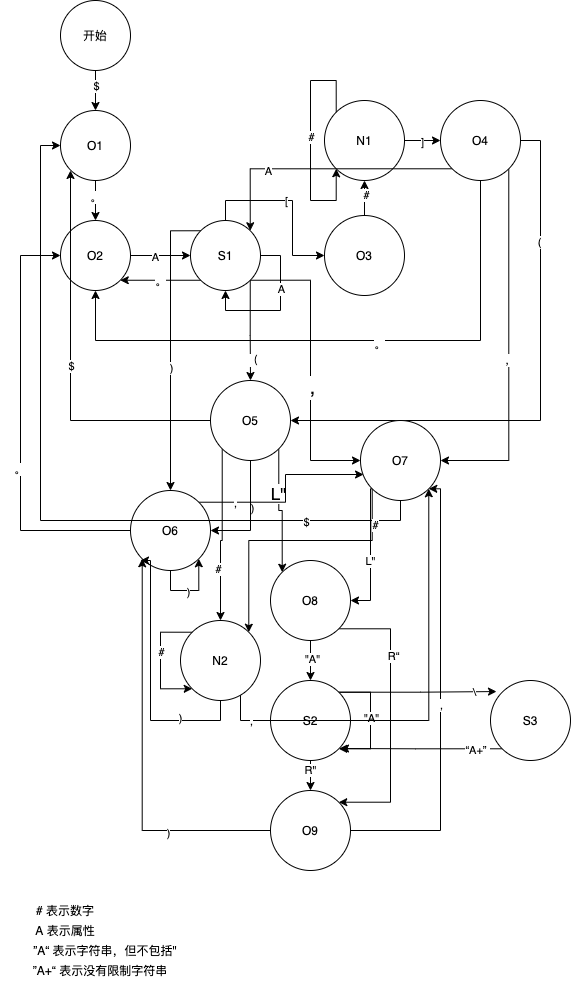
Earlier version of the draw.io export status.png (Lydanne/ctxexp-parser). Source tidied: cells renumbered, new cells last; positions are measured from the earlier drawing's top-left corner, leaving out a move shared by most shapes.
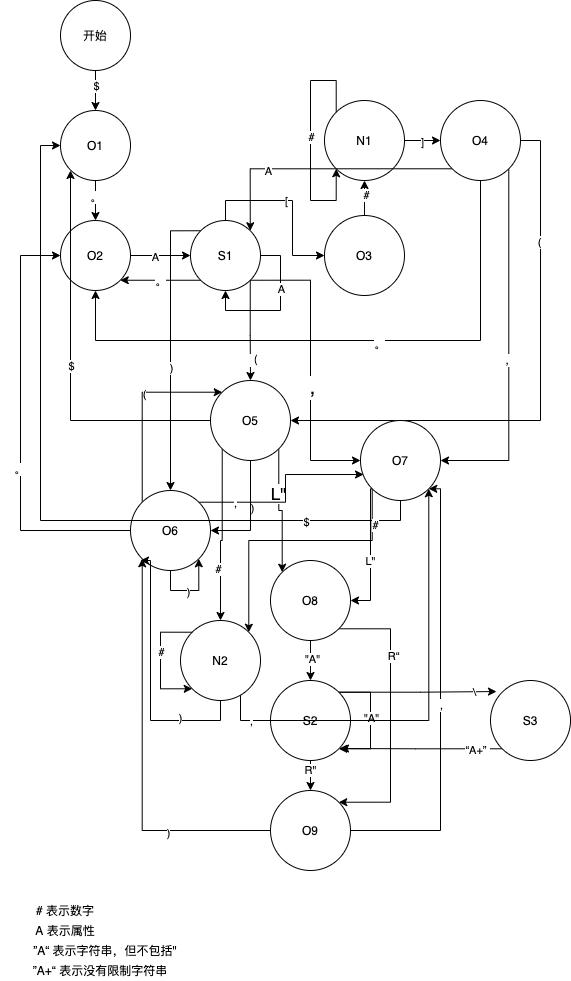
Above is the later version.

Diff of the diagram source:
```diff
@@ -192,6 +192,16 @@
     <mxCell id="55" value="," style="edgeLabel;html=1;align=center;verticalAlign=middle;" parent="54" vertex="1">
       <mxGeometry x="-0.63" y="-1" relative="1" as="geometry" />
     </mxCell>
+    <mxCell id="97" style="edgeStyle=orthogonalEdgeStyle;rounded=0;jettySize=auto;html=1;exitX=0;exitY=0;exitDx=0;exitDy=0;entryX=0;entryY=0;entryDx=0;entryDy=0;" parent="1" edge="1" source="56" target="51">
+      <mxGeometry relative="1" as="geometry">
+        <Array as="points">
+          <mxPoint x="142" y="392" />
+        </Array>
+      </mxGeometry>
+    </mxCell>
+    <mxCell id="98" value="(" style="edgeLabel;html=1;align=center;verticalAlign=middle;" parent="97" vertex="1">
+      <mxGeometry x="0.18" y="-2" relative="1" as="geometry" />
+    </mxCell>
     <mxCell id="56" value="O6" style="ellipse;whiteSpace=wrap;html=1;" parent="1" vertex="1">
       <mxGeometry x="130" y="490" width="80" height="80" as="geometry" />
     </mxCell>
```
